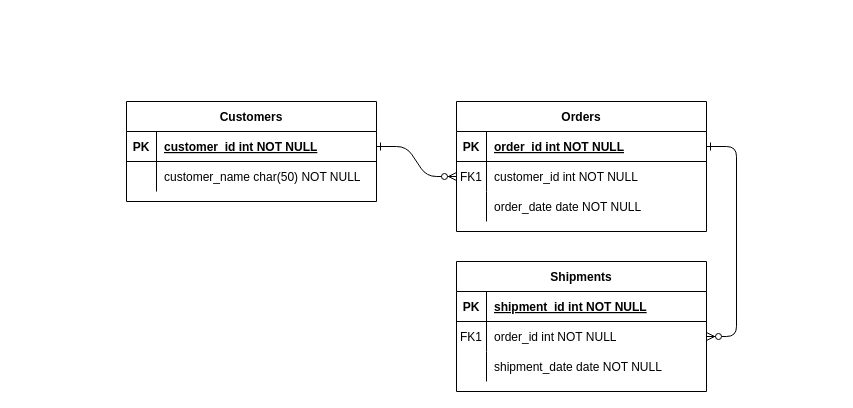
The draw.io diagram django_backend/entity-relationship-diagram.drawio in Aebel-Shajan/habit-tracker, before the edit. Source tidied: cells renumbered, new cells numbered last; positions are measured from the earlier drawing's top-left corner, leaving out a move shared by most shapes. Both pictures are drawn from the tidied source at 100%, with x=0, y=0 at pixel (126, 101).
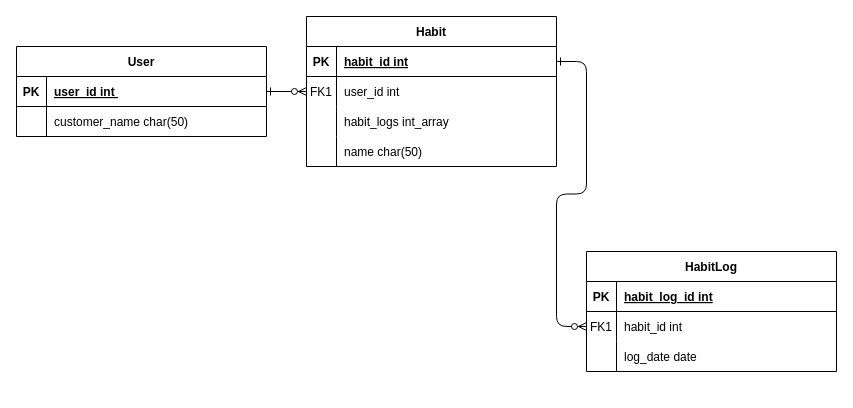
The same diagram, later.

Unchanged cells that the change refers to:
```xml
<mxCell id="5" style="shape=partialRectangle;fillColor=none;points=[[0,0.5],[1,0.5]];portConstraint=eastwest;top=0;left=0;right=0;bottom=1;" parent="4" vertex="1">
  <mxGeometry y="30" width="250" height="30" as="geometry" />
</mxCell>
<mxCell id="8" style="shape=partialRectangle;fillColor=none;points=[[0,0.5],[1,0.5]];portConstraint=eastwest;top=0;left=0;right=0;bottom=0;" parent="4" vertex="1">
  <mxGeometry y="60" width="250" height="30" as="geometry" />
</mxCell>
<mxCell id="11" style="shape=partialRectangle;fillColor=none;top=0;left=0;right=0;bottom=0;" parent="4" vertex="1">
  <mxGeometry y="90" width="250" height="30" as="geometry" />
</mxCell>
<mxCell id="25" style="shape=partialRectangle;fillColor=none;points=[[0,0.5],[1,0.5]];portConstraint=eastwest;top=0;left=0;right=0;bottom=1;" parent="24" vertex="1">
  <mxGeometry y="30" width="250" height="30" as="geometry" />
</mxCell>
<mxCell id="28" style="shape=partialRectangle;fillColor=none;top=0;left=0;right=0;bottom=0;" parent="24" vertex="1">
  <mxGeometry y="60" width="250" height="30" as="geometry" />
</mxCell>
```

Diff of the diagram source:
```diff
@@
-    <mxCell id="3" style="edgeStyle=entityRelationEdgeStyle;endArrow=ERzeroToMany;startArrow=ERone;endFill=1;startFill=0;" parent="1" edge="1" source="5" target="18">
-      <mxGeometry relative="1" as="geometry" />
-    </mxCell>
-    <mxCell id="4" value="Orders" style="shape=table;startSize=30;childLayout=tableLayout;rowLines=0;fontStyle=1;align=center;" parent="1" vertex="1">
-      <mxGeometry x="330" width="250" height="130" as="geometry" />
+    <mxCell id="4" value="Habit" style="shape=table;startSize=30;childLayout=tableLayout;rowLines=0;fontStyle=1;align=center;" parent="1" vertex="1">
+      <mxGeometry x="180" y="-85" width="250" height="150" as="geometry" />
     </mxCell>
@@
-    <mxCell id="7" value="order_id int NOT NULL " style="shape=partialRectangle;overflow=hidden;fillColor=none;top=0;left=0;bottom=0;right=0;align=left;spacingLeft=6;fontStyle=5;" parent="5" vertex="1">
+    <mxCell id="7" value="habit_id int" style="shape=partialRectangle;overflow=hidden;fillColor=none;top=0;left=0;bottom=0;right=0;align=left;spacingLeft=6;fontStyle=5;" parent="5" vertex="1">
       <mxGeometry x="30" width="220" height="30" as="geometry" />
     </mxCell>
@@
-    <mxCell id="10" value="customer_id int NOT NULL" style="shape=partialRectangle;overflow=hidden;fillColor=none;top=0;left=0;bottom=0;right=0;align=left;spacingLeft=6;" parent="8" vertex="1">
+    <mxCell id="10" value="user_id int" style="shape=partialRectangle;overflow=hidden;fillColor=none;top=0;left=0;bottom=0;right=0;align=left;spacingLeft=6;" parent="8" vertex="1">
       <mxGeometry x="30" width="220" height="30" as="geometry" />
     </mxCell>
@@
-    <mxCell id="13" value="order_date date NOT NULL" style="shape=partialRectangle;overflow=hidden;fillColor=none;top=0;left=0;bottom=0;right=0;align=left;spacingLeft=6;" parent="11" vertex="1">
+    <mxCell id="13" value="habit_logs int_array" style="shape=partialRectangle;overflow=hidden;fillColor=none;top=0;left=0;bottom=0;right=0;align=left;spacingLeft=6;" parent="11" vertex="1">
       <mxGeometry x="30" width="220" height="30" as="geometry" />
     </mxCell>
-    <mxCell id="14" value="Shipments" style="shape=table;startSize=30;childLayout=tableLayout;rowLines=0;fontStyle=1;align=center;" parent="1" vertex="1">
-      <mxGeometry x="330" y="160" width="250" height="130" as="geometry" />
-    </mxCell>
-    <mxCell id="15" style="shape=partialRectangle;fillColor=none;top=0;left=0;right=0;bottom=1;" parent="14" vertex="1">
-      <mxGeometry y="30" width="250" height="30" as="geometry" />
-    </mxCell>
-    <mxCell id="16" value="PK" style="shape=partialRectangle;overflow=hidden;fillColor=none;top=0;left=0;bottom=0;right=0;fontStyle=1;" parent="15" vertex="1">
-      <mxGeometry width="30" height="30" as="geometry" />
-    </mxCell>
-    <mxCell id="17" value="shipment_id int NOT NULL " style="shape=partialRectangle;overflow=hidden;fillColor=none;top=0;left=0;bottom=0;right=0;align=left;spacingLeft=6;fontStyle=5;" parent="15" vertex="1">
-      <mxGeometry x="30" width="220" height="30" as="geometry" />
-    </mxCell>
-    <mxCell id="18" style="shape=partialRectangle;fillColor=none;points=[[0,0.5],[1,0.5]];portConstraint=eastwest;top=0;left=0;right=0;bottom=0;" parent="14" vertex="1">
-      <mxGeometry y="60" width="250" height="30" as="geometry" />
-    </mxCell>
-    <mxCell id="19" value="FK1" style="shape=partialRectangle;overflow=hidden;fillColor=none;top=0;left=0;bottom=0;right=0;" parent="18" vertex="1">
-      <mxGeometry width="30" height="30" as="geometry" />
-    </mxCell>
-    <mxCell id="20" value="order_id int NOT NULL" style="shape=partialRectangle;overflow=hidden;fillColor=none;top=0;left=0;bottom=0;right=0;align=left;spacingLeft=6;" parent="18" vertex="1">
-      <mxGeometry x="30" width="220" height="30" as="geometry" />
-    </mxCell>
-    <mxCell id="21" style="shape=partialRectangle;fillColor=none;top=0;left=0;right=0;bottom=0;" parent="14" vertex="1">
-      <mxGeometry y="90" width="250" height="30" as="geometry" />
-    </mxCell>
-    <mxCell id="22" style="shape=partialRectangle;overflow=hidden;fillColor=none;top=0;left=0;bottom=0;right=0;" parent="21" vertex="1">
-      <mxGeometry width="30" height="30" as="geometry" />
-    </mxCell>
-    <mxCell id="23" value="shipment_date date NOT NULL" style="shape=partialRectangle;overflow=hidden;fillColor=none;top=0;left=0;bottom=0;right=0;align=left;spacingLeft=6;" parent="21" vertex="1">
-      <mxGeometry x="30" width="220" height="30" as="geometry" />
-    </mxCell>
+    <mxCell id="31" style="shape=partialRectangle;fillColor=none;top=0;left=0;right=0;bottom=0;" parent="4" vertex="1">
+      <mxGeometry y="120" width="250" height="30" as="geometry" />
+    </mxCell>
+    <mxCell id="32" style="shape=partialRectangle;overflow=hidden;fillColor=none;top=0;left=0;bottom=0;right=0;" parent="31" vertex="1">
+      <mxGeometry width="30" height="30" as="geometry" />
+    </mxCell>
+    <mxCell id="33" value="name char(50)" style="shape=partialRectangle;overflow=hidden;fillColor=none;top=0;left=0;bottom=0;right=0;align=left;spacingLeft=6;" parent="31" vertex="1">
+      <mxGeometry x="30" width="220" height="30" as="geometry" />
+    </mxCell>
-    <mxCell id="24" value="Customers" style="shape=table;startSize=30;childLayout=tableLayout;rowLines=0;fontStyle=1;align=center;" parent="1" vertex="1">
-      <mxGeometry width="250" height="100" as="geometry" />
+    <mxCell id="24" value="User" style="shape=table;startSize=30;childLayout=tableLayout;rowLines=0;fontStyle=1;align=center;" parent="1" vertex="1">
+      <mxGeometry x="-110" y="-55" width="250" height="90" as="geometry" />
     </mxCell>
@@
-    <mxCell id="27" value="customer_id int NOT NULL " style="shape=partialRectangle;overflow=hidden;fillColor=none;top=0;left=0;bottom=0;right=0;align=left;spacingLeft=6;fontStyle=5;" parent="25" vertex="1">
+    <mxCell id="27" value="user_id int " style="shape=partialRectangle;overflow=hidden;fillColor=none;top=0;left=0;bottom=0;right=0;align=left;spacingLeft=6;fontStyle=5;" parent="25" vertex="1">
       <mxGeometry x="30" width="220" height="30" as="geometry" />
     </mxCell>
@@
-    <mxCell id="30" value="customer_name char(50) NOT NULL" style="shape=partialRectangle;overflow=hidden;fillColor=none;top=0;left=0;bottom=0;right=0;align=left;spacingLeft=6;" parent="28" vertex="1">
+    <mxCell id="30" value="customer_name char(50) " style="shape=partialRectangle;overflow=hidden;fillColor=none;top=0;left=0;bottom=0;right=0;align=left;spacingLeft=6;" parent="28" vertex="1">
       <mxGeometry x="30" width="220" height="30" as="geometry" />
     </mxCell>
+    <mxCell id="34" value="HabitLog" style="shape=table;startSize=30;childLayout=tableLayout;rowLines=0;fontStyle=1;align=center;" parent="1" vertex="1">
+      <mxGeometry x="460" y="150" width="250" height="120" as="geometry" />
+    </mxCell>
+    <mxCell id="15" style="shape=partialRectangle;fillColor=none;top=0;left=0;right=0;bottom=1;" parent="34" vertex="1">
+      <mxGeometry y="30" width="250" height="30" as="geometry" />
+    </mxCell>
+    <mxCell id="16" value="PK" style="shape=partialRectangle;overflow=hidden;fillColor=none;top=0;left=0;bottom=0;right=0;fontStyle=1;" parent="15" vertex="1">
+      <mxGeometry width="30" height="30" as="geometry" />
+    </mxCell>
+    <mxCell id="35" value="habit_log_id int" style="shape=partialRectangle;overflow=hidden;fillColor=none;top=0;left=0;bottom=0;right=0;align=left;spacingLeft=6;fontStyle=5;" parent="15" vertex="1">
+      <mxGeometry x="30" width="220" height="30" as="geometry" />
+    </mxCell>
+    <mxCell id="18" style="shape=partialRectangle;fillColor=none;points=[[0,0.5],[1,0.5]];portConstraint=eastwest;top=0;left=0;right=0;bottom=0;" parent="34" vertex="1">
+      <mxGeometry y="60" width="250" height="30" as="geometry" />
+    </mxCell>
+    <mxCell id="19" value="FK1" style="shape=partialRectangle;overflow=hidden;fillColor=none;top=0;left=0;bottom=0;right=0;" parent="18" vertex="1">
+      <mxGeometry width="30" height="30" as="geometry" />
+    </mxCell>
+    <mxCell id="36" value="habit_id int" style="shape=partialRectangle;overflow=hidden;fillColor=none;top=0;left=0;bottom=0;right=0;align=left;spacingLeft=6;" parent="18" vertex="1">
+      <mxGeometry x="30" width="220" height="30" as="geometry" />
+    </mxCell>
+    <mxCell id="21" style="shape=partialRectangle;fillColor=none;top=0;left=0;right=0;bottom=0;" parent="34" vertex="1">
+      <mxGeometry y="90" width="250" height="30" as="geometry" />
+    </mxCell>
+    <mxCell id="37" style="shape=partialRectangle;overflow=hidden;fillColor=none;top=0;left=0;bottom=0;right=0;" parent="21" vertex="1">
+      <mxGeometry width="30" height="30" as="geometry" />
+    </mxCell>
+    <mxCell id="38" value="log_date date" style="shape=partialRectangle;overflow=hidden;fillColor=none;top=0;left=0;bottom=0;right=0;align=left;spacingLeft=6;" parent="21" vertex="1">
+      <mxGeometry x="30" width="220" height="30" as="geometry" />
+    </mxCell>
+    <mxCell id="3" style="edgeStyle=entityRelationEdgeStyle;endArrow=ERzeroToMany;startArrow=ERone;endFill=1;startFill=0;exitX=1;exitY=0.5;exitDx=0;exitDy=0;entryX=0;entryY=0.5;entryDx=0;entryDy=0;" parent="1" edge="1" source="5" target="18">
+      <mxGeometry relative="1" as="geometry" />
+    </mxCell>
```
